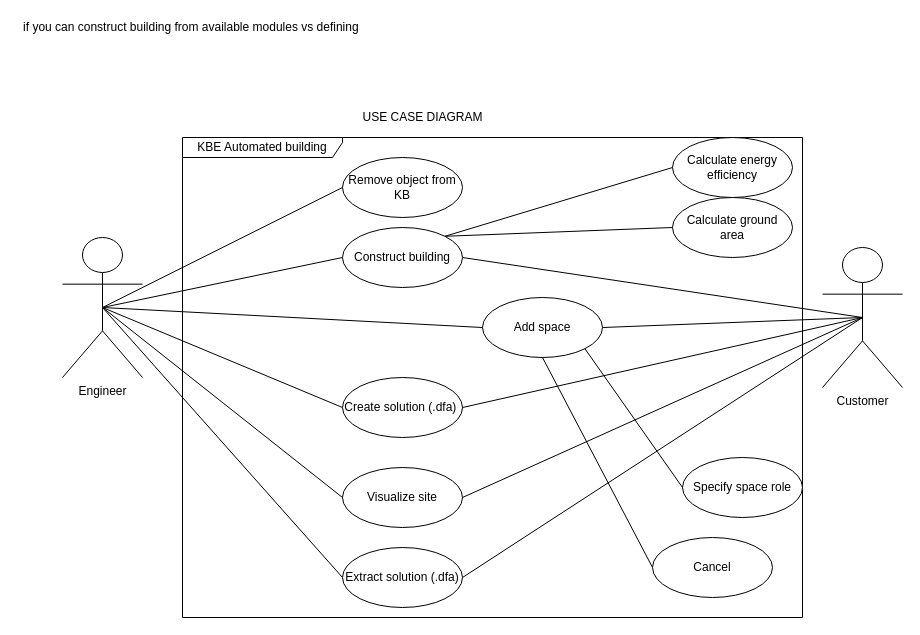
The draw.io diagram page "Use case" (1 of 9) of Diagrams/Diagrams.drawio in Hallvaeb/automation-p2-construction-knowledge-base, before the edit. Source tidied: cells renumbered, new cells numbered last; positions are measured from the earlier drawing's top-left corner, leaving out a move shared by most shapes. Both pictures are drawn from the tidied source at 100%, with x=0, y=0 at pixel (17, 17).
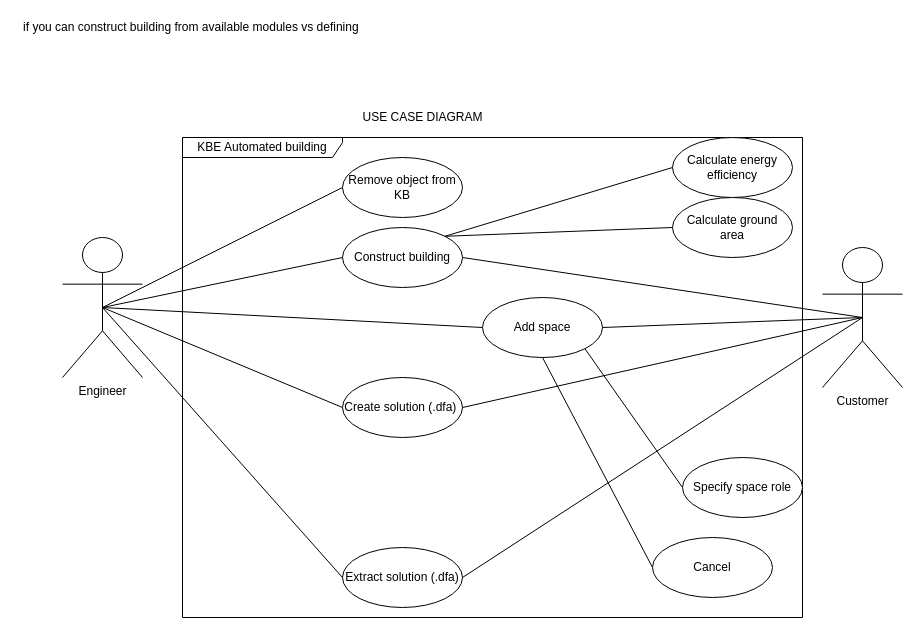
The same page after the edit.

The change refers to these unchanged cells:
```xml
<mxCell id="3" value="Customer" style="shape=umlActor;verticalLabelPosition=bottom;verticalAlign=top;html=1;" parent="1" vertex="1">
  <mxGeometry x="805" y="230" width="80" height="140" as="geometry" />
</mxCell>
<mxCell id="4" value="Engineer" style="shape=umlActor;verticalLabelPosition=bottom;verticalAlign=top;html=1;" parent="1" vertex="1">
  <mxGeometry x="45" y="220" width="80" height="140" as="geometry" />
</mxCell>
```

What changed in the source:
```diff
@@
-    <mxCell id="10" value="Visualize site" style="ellipse;whiteSpace=wrap;html=1;" parent="1" vertex="1">
-      <mxGeometry x="325" y="450" width="120" height="60" as="geometry" />
-    </mxCell>
-    <mxCell id="11" style="endArrow=none;html=1;rounded=0;entryX=0;entryY=0.5;entryDx=0;entryDy=0;exitX=0.5;exitY=0.5;exitDx=0;exitDy=0;exitPerimeter=0;" parent="1" edge="1" source="4" target="10">
-      <mxGeometry relative="1" as="geometry" />
-    </mxCell>
@@
-    <mxCell id="13" style="endArrow=none;html=1;rounded=0;entryX=1;entryY=0.5;entryDx=0;entryDy=0;exitX=0.5;exitY=0.5;exitDx=0;exitDy=0;exitPerimeter=0;" parent="1" edge="1" source="3" target="10">
-      <mxGeometry relative="1" as="geometry" />
-    </mxCell>
```
